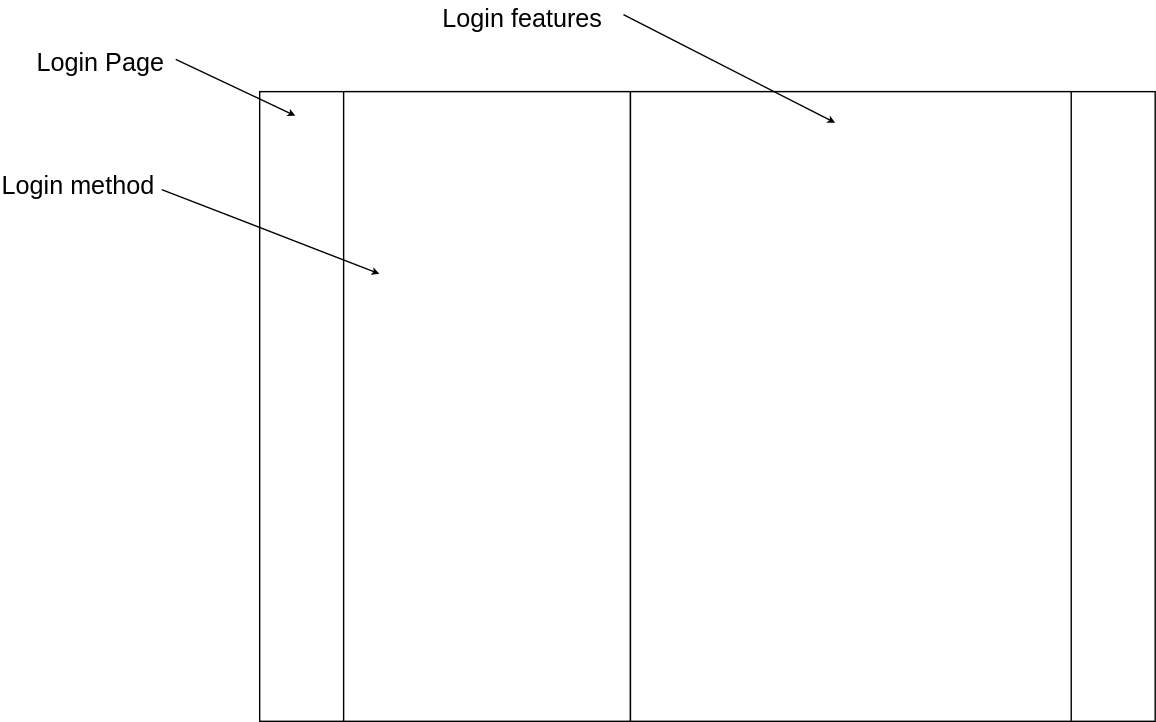
The draw.io diagram docs/wireframes/login.svg in the-big-l/prelude, before a commit. Source tidied: cells renumbered, new cells last; positions are measured from the earlier drawing's top-left corner, leaving out a move shared by most shapes.
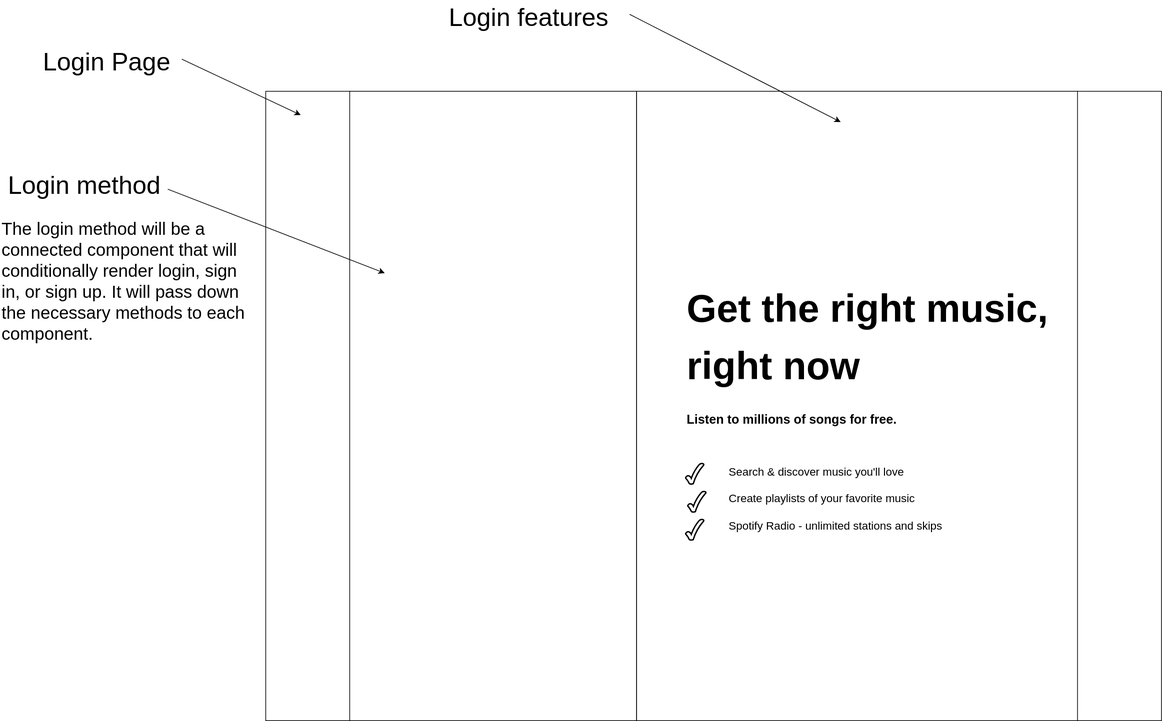
Later version of the same file.

Commit message:
add mock text

The edit, as a diff of the source:
```diff
@@ -38,5 +38,26 @@
     <mxCell id="10" value="&lt;font style=&quot;font-size: 36px&quot;&gt;Login method&lt;/font&gt;" style="text;html=1;align=left;verticalAlign=top;spacingTop=-4;" parent="1" vertex="1">
       <mxGeometry y="240" width="230" height="20" as="geometry" />
     </mxCell>
+    <mxCell id="11" value="&lt;h1&gt;&lt;font style=&quot;font-size: 55px&quot;&gt;Get the right music,&lt;/font&gt;&lt;/h1&gt;&lt;h1&gt;&lt;font style=&quot;font-size: 55px&quot;&gt;right now&lt;/font&gt;&lt;/h1&gt;" style="text;html=1;align=left;verticalAlign=top;spacingTop=-4;" parent="1" vertex="1">
+      <mxGeometry x="970" y="389" width="530" height="100" as="geometry" />
+    </mxCell>
+    <mxCell id="12" value="&lt;h2&gt;Listen to millions of songs for free.&lt;/h2&gt;" style="text;html=1;align=left;verticalAlign=top;spacingTop=-4;" parent="1" vertex="1">
+      <mxGeometry x="970" y="572" width="320" height="50" as="geometry" />
+    </mxCell>
+    <mxCell id="13" value="&lt;font style=&quot;font-size: 16px;&quot;&gt;Search &amp;amp; discover music you'll love&lt;/font&gt;&lt;div&gt;&lt;font style=&quot;font-size: 16px;&quot;&gt;&lt;br&gt;&lt;/font&gt;&lt;div&gt;&lt;font style=&quot;font-size: 16px;&quot;&gt;Create playlists of your favorite music&lt;br&gt;&lt;/font&gt;&lt;/div&gt;&lt;div&gt;&lt;font style=&quot;font-size: 16px;&quot;&gt;&lt;br&gt;&lt;/font&gt;&lt;/div&gt;&lt;div&gt;&lt;font style=&quot;font-size: 16px;&quot;&gt;Spotify Radio - unlimited stations and skips&lt;/font&gt;&lt;br&gt;&lt;/div&gt;&lt;/div&gt;" style="text;html=1;align=left;verticalAlign=top;spacingTop=-4;fontSize=16;" parent="1" vertex="1">
+      <mxGeometry x="1030" y="662" width="400" height="80" as="geometry" />
+    </mxCell>
+    <mxCell id="14" style="verticalLabelPosition=bottom;verticalAlign=top;html=1;strokeWidth=2;shape=mxgraph.basic.tick;rounded=0;shadow=0;glass=0;comic=0;fillColor=#ffffff;gradientColor=#ffffff;fontSize=16;align=center;" parent="1" vertex="1">
+      <mxGeometry x="970" y="662" width="26" height="30" as="geometry" />
+    </mxCell>
+    <mxCell id="15" style="verticalLabelPosition=bottom;verticalAlign=top;html=1;strokeWidth=2;shape=mxgraph.basic.tick;rounded=0;shadow=0;glass=0;comic=0;fillColor=#ffffff;gradientColor=#ffffff;fontSize=16;align=center;direction=east;" parent="1" vertex="1">
+      <mxGeometry x="970" y="742" width="26" height="30" as="geometry" />
+    </mxCell>
+    <mxCell id="16" style="verticalLabelPosition=bottom;verticalAlign=top;html=1;strokeWidth=2;shape=mxgraph.basic.tick;rounded=0;shadow=0;glass=0;comic=0;fillColor=#ffffff;gradientColor=#ffffff;fontSize=16;align=center;direction=east;" parent="1" vertex="1">
+      <mxGeometry x="973" y="702" width="26" height="30" as="geometry" />
+    </mxCell>
+    <mxCell id="17" value="The login method will be a&lt;div&gt;connected component that will&lt;/div&gt;&lt;div&gt;conditionally render login, sign&lt;/div&gt;&lt;div&gt;in, or sign up. It will pass down&lt;/div&gt;&lt;div&gt;the necessary methods to each&lt;/div&gt;&lt;div&gt;component.&lt;/div&gt;" style="text;html=1;align=left;verticalAlign=top;spacingTop=-4;fontSize=25;" parent="1" vertex="1">
+      <mxGeometry x="-9" y="309" width="360" height="180" as="geometry" />
+    </mxCell>
   </root>
 </mxGraphModel>
```
